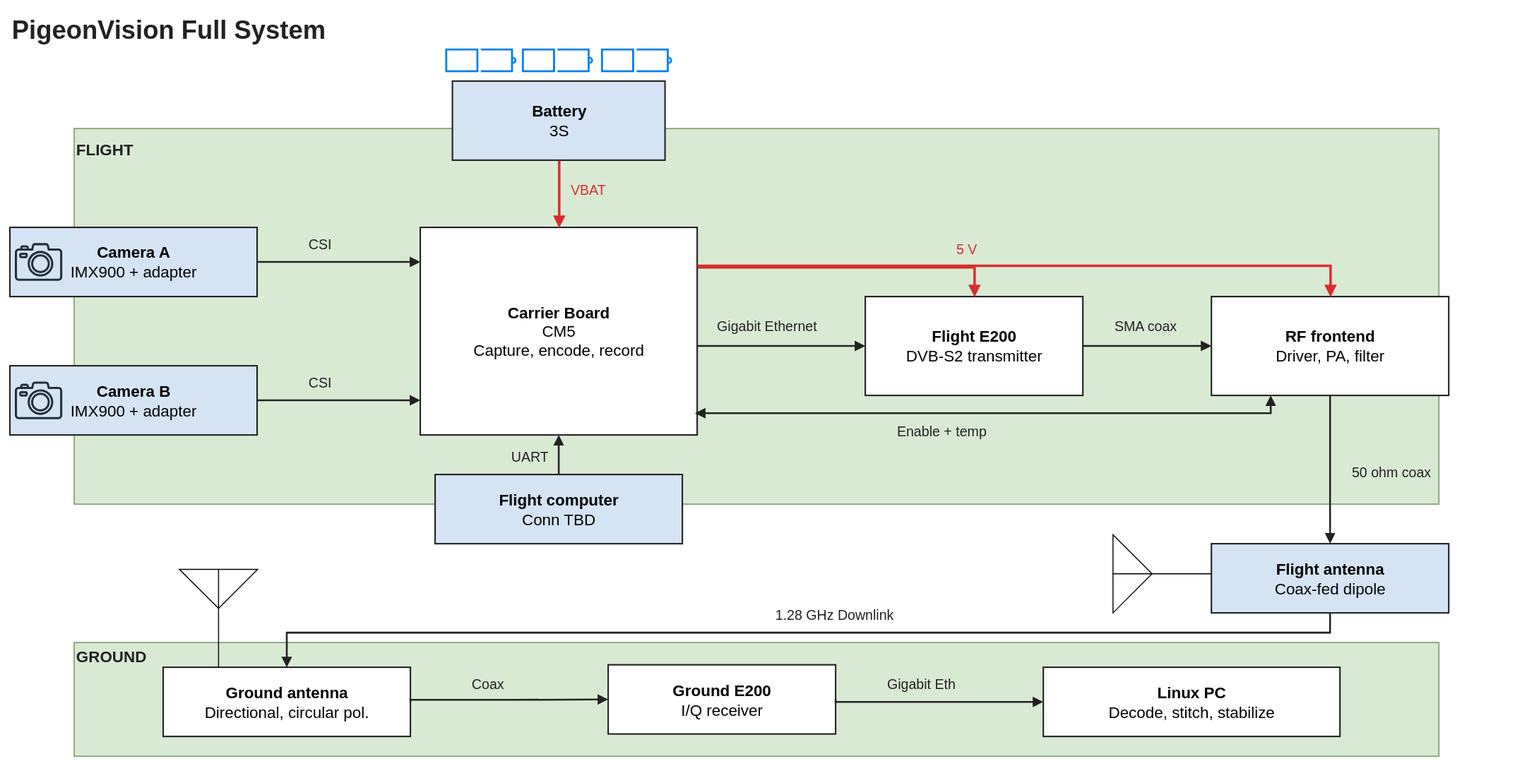
Earlier version of the draw.io export hardware/system.svg (stanford-ssi/PigeonVision). Source tidied: cells renumbered, new cells last; positions are measured from the earlier drawing's top-left corner, leaving out a move shared by most shapes.
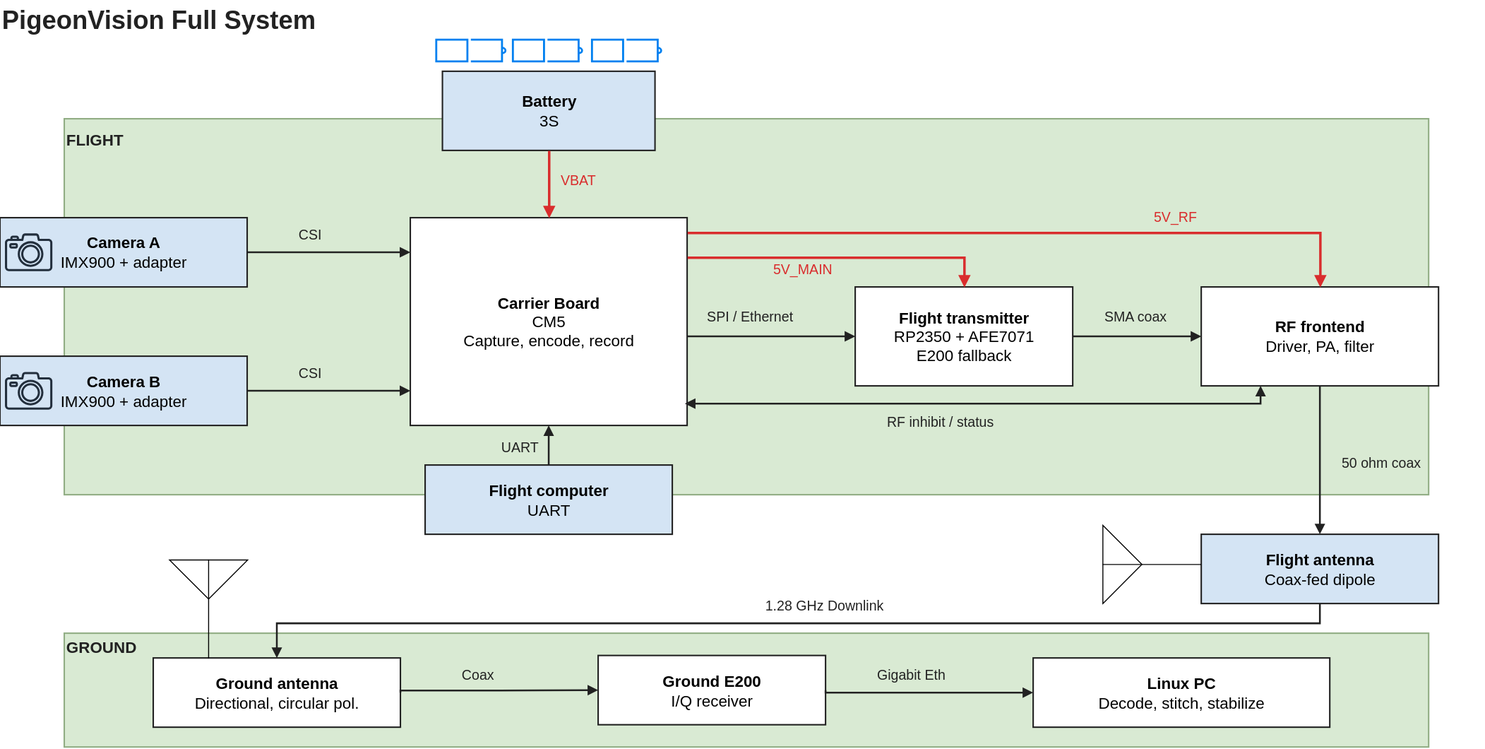
After the commit.

What changed in the source:
```diff
@@ -23,13 +23,13 @@
     <mxCell id="8" value="&lt;b&gt;Camera B&lt;/b&gt;&lt;br&gt;IMX900 + adapter" style="rounded=0;whiteSpace=wrap;html=1;fontFamily=Arial;fillColor=#d4e4f4;strokeColor=#222222;strokeWidth=1.5;align=center;verticalAlign=middle;fontSize=16;spacing=5;" parent="1" vertex="1">
       <mxGeometry y="360" width="250" height="70" as="geometry" />
     </mxCell>
-    <mxCell id="9" value="&lt;b&gt;Flight E200&lt;/b&gt;&lt;br&gt;DVB-S2 transmitter" style="rounded=0;whiteSpace=wrap;html=1;fontFamily=Arial;fillColor=#ffffff;strokeColor=#222222;strokeWidth=1.5;align=center;verticalAlign=middle;fontSize=16;spacing=5;" parent="1" vertex="1">
+    <mxCell id="9" value="&lt;b&gt;Flight transmitter&lt;/b&gt;&lt;br&gt;RP2350 + AFE7071&lt;br&gt;E200 fallback" style="rounded=0;whiteSpace=wrap;html=1;fontFamily=Arial;fillColor=#ffffff;strokeColor=#222222;strokeWidth=1.5;align=center;verticalAlign=middle;fontSize=16;spacing=5;" parent="1" vertex="1">
       <mxGeometry x="865" y="290" width="220" height="100" as="geometry" />
     </mxCell>
     <mxCell id="10" value="&lt;b&gt;RF frontend&lt;/b&gt;&lt;br&gt;Driver, PA, filter" style="rounded=0;whiteSpace=wrap;html=1;fontFamily=Arial;fillColor=#ffffff;strokeColor=#222222;strokeWidth=1.5;align=center;verticalAlign=middle;fontSize=16;spacing=5;" parent="1" vertex="1">
       <mxGeometry x="1215" y="290" width="240" height="100" as="geometry" />
     </mxCell>
-    <mxCell id="11" value="&lt;b&gt;Flight computer&lt;/b&gt;&lt;div&gt;Conn TBD&lt;/div&gt;" style="rounded=0;whiteSpace=wrap;html=1;fontFamily=Arial;fillColor=#d4e4f4;strokeColor=#222222;strokeWidth=1.5;align=center;verticalAlign=middle;fontSize=16;spacing=5;" parent="1" vertex="1">
+    <mxCell id="11" value="&lt;b&gt;Flight computer&lt;/b&gt;&lt;br&gt;UART" style="rounded=0;whiteSpace=wrap;html=1;fontFamily=Arial;fillColor=#d4e4f4;strokeColor=#222222;strokeWidth=1.5;align=center;verticalAlign=middle;fontSize=16;spacing=5;" parent="1" vertex="1">
       <mxGeometry x="430" y="470" width="250" height="70" as="geometry" />
     </mxCell>
     <mxCell id="12" value="&lt;b&gt;Flight antenna&lt;/b&gt;&lt;br&gt;Coax-fed dipole" style="rounded=0;whiteSpace=wrap;html=1;fontFamily=Arial;fillColor=#d4e4f4;strokeColor=#222222;strokeWidth=1.5;align=center;verticalAlign=middle;fontSize=16;spacing=5;" parent="1" vertex="1">
@@ -56,7 +56,7 @@
     <mxCell id="19" style="edgeStyle=orthogonalEdgeStyle;jettySize=0;rounded=0;html=0;strokeColor=#222222;strokeWidth=1.8;endArrow=block;endFill=1;startArrow=none;startFill=1;exitX=1;exitY=0.5714285714285714;exitPerimeter=0;entryX=0;entryY=0.5;entryPerimeter=0;" parent="1" edge="1" source="6" target="9">
       <mxGeometry relative="1" as="geometry" />
     </mxCell>
-    <mxCell id="20" value="Gigabit Ethernet" style="text;html=0;align=left;verticalAlign=middle;fillColor=none;strokeColor=none;fontFamily=Arial;fontSize=14;fontColor=#222222;fontStyle=0;" parent="1" vertex="1">
+    <mxCell id="20" value="SPI / Ethernet" style="text;html=0;align=left;verticalAlign=middle;fillColor=none;strokeColor=none;fontFamily=Arial;fontSize=14;fontColor=#222222;fontStyle=0;" parent="1" vertex="1">
       <mxGeometry x="713" y="308" width="128" height="22" as="geometry" />
     </mxCell>
     <mxCell id="21" style="edgeStyle=orthogonalEdgeStyle;jettySize=0;rounded=0;html=0;strokeColor=#222222;strokeWidth=1.8;endArrow=block;endFill=1;startArrow=none;startFill=1;exitX=1;exitY=0.5;exitPerimeter=0;entryX=0;entryY=0.5;entryPerimeter=0;" parent="1" edge="1" source="9" target="10">
@@ -65,10 +65,10 @@
     <mxCell id="22" value="SMA coax" style="text;html=0;align=left;verticalAlign=middle;fillColor=none;strokeColor=none;fontFamily=Arial;fontSize=14;fontColor=#222222;fontStyle=0;" parent="1" vertex="1">
       <mxGeometry x="1115" y="308" width="80" height="22" as="geometry" />
     </mxCell>
-    <mxCell id="23" style="edgeStyle=orthogonalEdgeStyle;jettySize=0;rounded=0;html=0;strokeColor=#d92d2d;strokeWidth=2.5;endArrow=block;endFill=1;startArrow=none;startFill=1;exitX=0.999;exitY=0.183;exitPerimeter=0;entryX=0.5;entryY=0;entryPerimeter=0;exitDx=0;exitDy=0;" parent="1" edge="1" source="6" target="10">
+    <mxCell id="23" style="edgeStyle=orthogonalEdgeStyle;jettySize=0;rounded=0;html=0;strokeColor=#d92d2d;strokeWidth=2.5;endArrow=block;endFill=1;startArrow=none;startFill=1;exitX=1;exitY=0.07142857142857142;exitPerimeter=0;entryX=0.5;entryY=0;entryPerimeter=0;exitDx=0;exitDy=0;" parent="1" edge="1" source="6" target="10">
       <mxGeometry relative="1" as="geometry">
         <Array as="points">
-          <mxPoint x="1335" y="258" />
+          <mxPoint x="1335" y="235" />
         </Array>
       </mxGeometry>
     </mxCell>
@@ -79,8 +79,8 @@
         </Array>
       </mxGeometry>
     </mxCell>
-    <mxCell id="25" value="5 V" style="text;html=0;align=left;verticalAlign=middle;fillColor=none;strokeColor=none;fontFamily=Arial;fontSize=14;fontColor=#d92d2d;fontStyle=0;" parent="1" vertex="1">
-      <mxGeometry x="955" y="230" width="80" height="22" as="geometry" />
+    <mxCell id="25" value="5V_MAIN" style="text;html=0;align=left;verticalAlign=middle;fillColor=none;strokeColor=none;fontFamily=Arial;fontSize=14;fontColor=#d92d2d;fontStyle=0;" parent="1" vertex="1">
+      <mxGeometry x="780" y="260" width="100" height="22" as="geometry" />
     </mxCell>
     <mxCell id="26" style="edgeStyle=orthogonalEdgeStyle;jettySize=0;rounded=0;html=0;strokeColor=#222222;strokeWidth=1.8;endArrow=block;endFill=1;startArrow=block;startFill=1;exitX=0.992;exitY=0.895;exitPerimeter=0;entryX=0.25;entryY=1;entryPerimeter=0;exitDx=0;exitDy=0;" parent="1" edge="1" source="6" target="10">
       <mxGeometry relative="1" as="geometry">
@@ -89,7 +89,7 @@
         </Array>
       </mxGeometry>
     </mxCell>
-    <mxCell id="27" value="Enable + temp" style="text;html=0;align=left;verticalAlign=middle;fillColor=none;strokeColor=none;fontFamily=Arial;fontSize=14;fontColor=#222222;fontStyle=0;" parent="1" vertex="1">
+    <mxCell id="27" value="RF inhibit / status" style="text;html=0;align=left;verticalAlign=middle;fillColor=none;strokeColor=none;fontFamily=Arial;fontSize=14;fontColor=#222222;fontStyle=0;" parent="1" vertex="1">
       <mxGeometry x="895" y="414.1" width="160" height="22" as="geometry" />
     </mxCell>
     <mxCell id="28" style="edgeStyle=orthogonalEdgeStyle;jettySize=0;rounded=0;html=0;strokeColor=#222222;strokeWidth=1.8;endArrow=block;endFill=1;startArrow=none;startFill=1;exitX=0.5;exitY=0;exitPerimeter=0;entryX=0.5;entryY=1;entryPerimeter=0;" parent="1" edge="1" source="11" target="6">
@@ -172,5 +172,8 @@
     <mxCell id="49" style="sketch=0;fontColor=#232F3E;gradientColor=none;fillColor=#232F3D;strokeColor=none;dashed=0;verticalLabelPosition=bottom;verticalAlign=top;align=center;html=1;fontSize=12;fontStyle=0;shape=mxgraph.aws4.camera2;" parent="1" vertex="1">
       <mxGeometry x="5" y="375.9" width="48" height="38.1" as="geometry" />
     </mxCell>
+    <mxCell id="50" value="5V_RF" style="text;html=0;align=left;verticalAlign=middle;fillColor=none;strokeColor=none;fontFamily=Arial;fontSize=14;fontColor=#d92d2d;" parent="1" vertex="1">
+      <mxGeometry x="1165" y="207" width="100" height="22" as="geometry" />
+    </mxCell>
   </root>
 </mxGraphModel>
```
